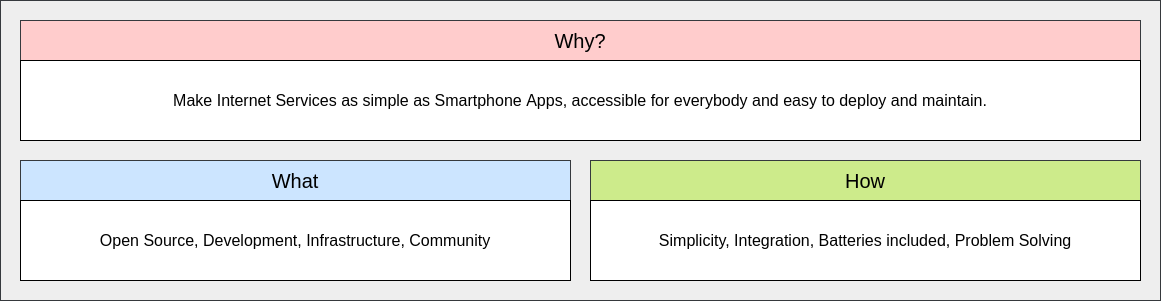
Earlier version of the draw.io export docs/assets/why_what_how.drawio.png (whiletruedoio/.github). Source tidied: cells renumbered, new cells last; positions are measured from the earlier drawing's top-left corner, leaving out a move shared by most shapes.
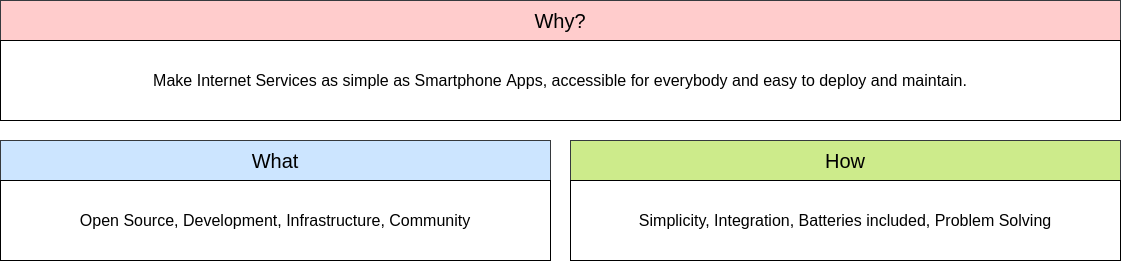
The same file after the commit.

The edit, as a diff of the source:
```diff
@@ -2,9 +2,6 @@
   <root>
     <mxCell id="0" />
     <mxCell id="1" parent="0" />
-    <mxCell id="2" style="rounded=0;whiteSpace=wrap;html=1;fillColor=#eeeeee;strokeColor=#36393d;" parent="1" vertex="1">
-      <mxGeometry width="1160" height="300" as="geometry" />
-    </mxCell>
     <mxCell id="3" value="Why?" style="rounded=0;whiteSpace=wrap;html=1;fontSize=20;fillColor=#ffcccc;strokeColor=#36393d;glass=0;shadow=0;sketch=0;" parent="1" vertex="1">
       <mxGeometry x="20" y="20" width="1120" height="40" as="geometry" />
     </mxCell>
```
